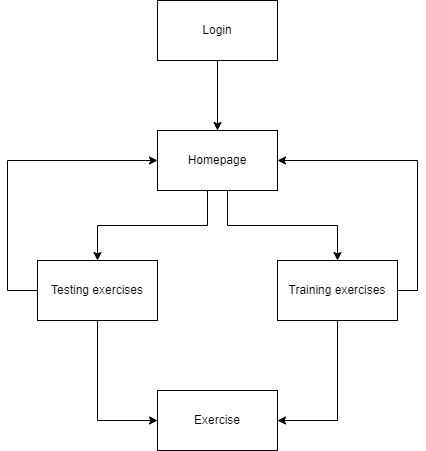
otto2048/honours-project keeps this draw.io diagram as design/sitemap.png. Above is the earlier version. Source tidied: cells renumbered, new cells last; positions are measured from the earlier drawing's top-left corner, leaving out a move shared by most shapes. Source of this version:
```xml
<mxGraphModel>
  <root>
    <mxCell id="0" />
    <mxCell id="1" parent="0" />
    <mxCell id="2" style="edgeStyle=orthogonalEdgeStyle;rounded=0;jettySize=auto;html=1;" parent="1" edge="1" source="3" target="6">
      <mxGeometry relative="1" as="geometry" />
    </mxCell>
    <mxCell id="3" value="Login" style="rounded=0;whiteSpace=wrap;html=1;" parent="1" vertex="1">
      <mxGeometry x="150" width="120" height="60" as="geometry" />
    </mxCell>
    <mxCell id="4" style="edgeStyle=orthogonalEdgeStyle;rounded=0;jettySize=auto;html=1;" parent="1" edge="1" source="6" target="9">
      <mxGeometry relative="1" as="geometry">
        <Array as="points">
          <mxPoint x="200" y="225" />
          <mxPoint x="90" y="225" />
        </Array>
      </mxGeometry>
    </mxCell>
    <mxCell id="5" style="edgeStyle=orthogonalEdgeStyle;rounded=0;jettySize=auto;html=1;" parent="1" edge="1" source="6" target="12">
      <mxGeometry relative="1" as="geometry">
        <Array as="points">
          <mxPoint x="220" y="225" />
          <mxPoint x="330" y="225" />
        </Array>
      </mxGeometry>
    </mxCell>
    <mxCell id="6" value="Homepage" style="rounded=0;whiteSpace=wrap;html=1;" parent="1" vertex="1">
      <mxGeometry x="150" y="130" width="120" height="60" as="geometry" />
    </mxCell>
    <mxCell id="7" style="edgeStyle=orthogonalEdgeStyle;rounded=0;jettySize=auto;html=1;" parent="1" edge="1" source="9" target="13">
      <mxGeometry relative="1" as="geometry">
        <Array as="points">
          <mxPoint x="90" y="420" />
        </Array>
      </mxGeometry>
    </mxCell>
    <mxCell id="8" style="edgeStyle=orthogonalEdgeStyle;rounded=0;jettySize=auto;html=1;" parent="1" edge="1" source="9" target="6">
      <mxGeometry relative="1" as="geometry">
        <Array as="points">
          <mxPoint y="290" />
          <mxPoint y="160" />
        </Array>
      </mxGeometry>
    </mxCell>
    <mxCell id="9" value="Testing exercises" style="rounded=0;whiteSpace=wrap;html=1;" parent="1" vertex="1">
      <mxGeometry x="30" y="260" width="120" height="60" as="geometry" />
    </mxCell>
    <mxCell id="10" style="edgeStyle=orthogonalEdgeStyle;rounded=0;jettySize=auto;html=1;" parent="1" edge="1" source="12" target="13">
      <mxGeometry relative="1" as="geometry">
        <Array as="points">
          <mxPoint x="330" y="420" />
        </Array>
      </mxGeometry>
    </mxCell>
    <mxCell id="11" style="edgeStyle=orthogonalEdgeStyle;rounded=0;jettySize=auto;html=1;" parent="1" edge="1" source="12" target="6">
      <mxGeometry relative="1" as="geometry">
        <Array as="points">
          <mxPoint x="410" y="290" />
          <mxPoint x="410" y="160" />
        </Array>
      </mxGeometry>
    </mxCell>
    <mxCell id="12" value="Training exercises" style="rounded=0;whiteSpace=wrap;html=1;" parent="1" vertex="1">
      <mxGeometry x="270" y="260" width="120" height="60" as="geometry" />
    </mxCell>
    <mxCell id="13" value="Exercise" style="rounded=0;whiteSpace=wrap;html=1;" parent="1" vertex="1">
      <mxGeometry x="150" y="390" width="120" height="60" as="geometry" />
    </mxCell>
  </root>
</mxGraphModel>
```
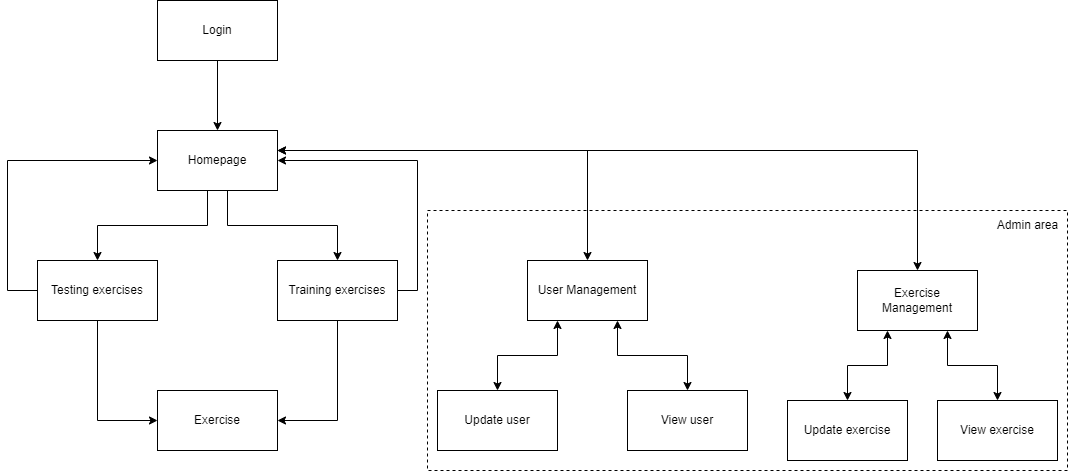
Above is the later version.

Commit message:
Update sitemap and gantt chart

Change to the diagram source:
```diff
@@ -24,6 +24,20 @@
         </Array>
       </mxGeometry>
     </mxCell>
+    <mxCell id="14" style="edgeStyle=orthogonalEdgeStyle;rounded=0;jettySize=auto;html=1;startArrow=classic;startFill=1;" parent="1" edge="1" source="6" target="18">
+      <mxGeometry relative="1" as="geometry">
+        <Array as="points">
+          <mxPoint x="580" y="150" />
+        </Array>
+      </mxGeometry>
+    </mxCell>
+    <mxCell id="15" style="edgeStyle=orthogonalEdgeStyle;rounded=0;jettySize=auto;html=1;startArrow=classic;startFill=1;" parent="1" edge="1" source="6" target="19">
+      <mxGeometry relative="1" as="geometry">
+        <Array as="points">
+          <mxPoint x="910" y="150" />
+        </Array>
+      </mxGeometry>
+    </mxCell>
     <mxCell id="6" value="Homepage" style="rounded=0;whiteSpace=wrap;html=1;" parent="1" vertex="1">
       <mxGeometry x="150" y="130" width="120" height="60" as="geometry" />
     </mxCell>
@@ -66,5 +80,61 @@
     <mxCell id="13" value="Exercise" style="rounded=0;whiteSpace=wrap;html=1;" parent="1" vertex="1">
       <mxGeometry x="150" y="390" width="120" height="60" as="geometry" />
     </mxCell>
+    <mxCell id="16" style="edgeStyle=orthogonalEdgeStyle;rounded=0;jettySize=auto;html=1;startArrow=classic;startFill=1;" parent="1" edge="1" source="18" target="20">
+      <mxGeometry relative="1" as="geometry">
+        <Array as="points">
+          <mxPoint x="550" y="355" />
+          <mxPoint x="490" y="355" />
+        </Array>
+      </mxGeometry>
+    </mxCell>
+    <mxCell id="17" style="edgeStyle=orthogonalEdgeStyle;rounded=0;jettySize=auto;html=1;startArrow=classic;startFill=1;" parent="1" edge="1" source="18" target="21">
+      <mxGeometry relative="1" as="geometry">
+        <Array as="points">
+          <mxPoint x="610" y="355" />
+          <mxPoint x="680" y="355" />
+        </Array>
+      </mxGeometry>
+    </mxCell>
+    <mxCell id="18" value="User Management" style="rounded=0;whiteSpace=wrap;html=1;" parent="1" vertex="1">
+      <mxGeometry x="520" y="260" width="120" height="60" as="geometry" />
+    </mxCell>
+    <mxCell id="19" value="Exercise Management" style="rounded=0;whiteSpace=wrap;html=1;" parent="1" vertex="1">
+      <mxGeometry x="850" y="270" width="120" height="60" as="geometry" />
+    </mxCell>
+    <mxCell id="20" value="Update user" style="rounded=0;whiteSpace=wrap;html=1;" parent="1" vertex="1">
+      <mxGeometry x="430" y="390" width="120" height="60" as="geometry" />
+    </mxCell>
+    <mxCell id="21" value="View user" style="rounded=0;whiteSpace=wrap;html=1;" parent="1" vertex="1">
+      <mxGeometry x="620" y="390" width="120" height="60" as="geometry" />
+    </mxCell>
+    <mxCell id="22" style="edgeStyle=orthogonalEdgeStyle;rounded=0;jettySize=auto;html=1;startArrow=classic;startFill=1;" parent="1" edge="1" source="23" target="19">
+      <mxGeometry relative="1" as="geometry">
+        <Array as="points">
+          <mxPoint x="840" y="365" />
+          <mxPoint x="880" y="365" />
+        </Array>
+      </mxGeometry>
+    </mxCell>
+    <mxCell id="23" value="Update exercise" style="rounded=0;whiteSpace=wrap;html=1;" parent="1" vertex="1">
+      <mxGeometry x="780" y="400" width="120" height="60" as="geometry" />
+    </mxCell>
+    <mxCell id="24" style="edgeStyle=orthogonalEdgeStyle;rounded=0;jettySize=auto;html=1;startArrow=classic;startFill=1;" parent="1" edge="1" source="25" target="19">
+      <mxGeometry relative="1" as="geometry">
+        <Array as="points">
+          <mxPoint x="990" y="365" />
+          <mxPoint x="940" y="365" />
+        </Array>
+      </mxGeometry>
+    </mxCell>
+    <mxCell id="25" value="View exercise" style="rounded=0;whiteSpace=wrap;html=1;" parent="1" vertex="1">
+      <mxGeometry x="930" y="400" width="120" height="60" as="geometry" />
+    </mxCell>
+    <mxCell id="26" style="rounded=0;whiteSpace=wrap;html=1;fillColor=none;dashed=1;" parent="1" vertex="1">
+      <mxGeometry x="420" y="210" width="640" height="260" as="geometry" />
+    </mxCell>
+    <mxCell id="27" value="Admin area" style="text;html=1;align=center;verticalAlign=middle;strokeColor=none;fillColor=none;" parent="1" vertex="1">
+      <mxGeometry x="980" y="210" width="80" height="30" as="geometry" />
+    </mxCell>
   </root>
 </mxGraphModel>
```
